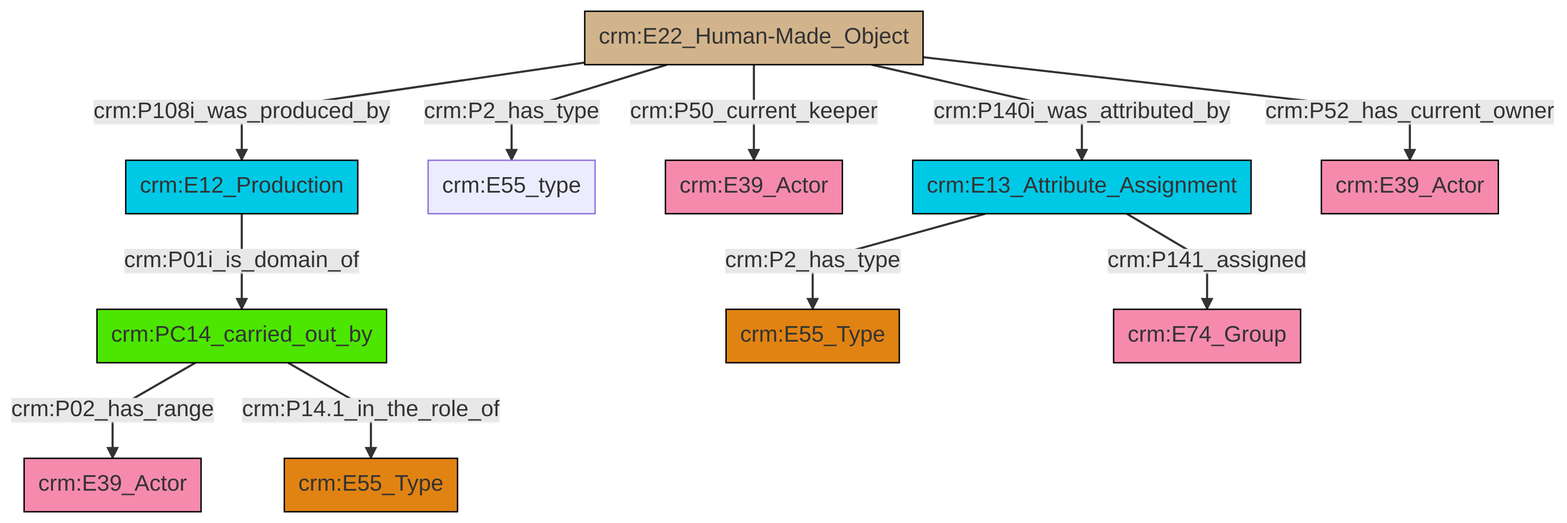
Above: et/artworkCSV/ttl/mmd/png/Artwork_Actor_Relations.png in swiss-art-research-net/reference-data-models (Mermaid), before the change. Its source is kept beside it as et/artworkCSV/ttl/mmd/Artwork_Actor_Relations.ttl.mmd. Its diagram source:
```mermaid
graph TD
classDef Literal fill:#f2f2f2,stroke:#000000;
classDef CRM_Entity fill:#FFFFFF,stroke:#000000;
classDef Temporal_Entity fill:#00C9E6, stroke:#000000;
classDef Type fill:#E18312, stroke:#000000;
classDef Time-Span fill:#2C9C91, stroke:#000000;
classDef Appellation fill:#FFEB7F, stroke:#000000;
classDef Place fill:#008836, stroke:#000000;
classDef Persistent_Item fill:#B266B2, stroke:#000000;
classDef Conceptual_Object fill:#FFD700, stroke:#000000;
classDef Physical_Thing fill:#D2B48C, stroke:#000000;
classDef Actor fill:#f58aad, stroke:#000000;
classDef PC_Classes fill:#4ce600, stroke:#000000;
classDef Multi fill:#cccccc,stroke:#000000;

0["crm:E22_Human-Made_Object"]:::Physical_Thing -->|crm:P140i_was_attributed_by| 1["crm:E13_Attribute_Assignment"]:::Temporal_Entity
0["crm:E22_Human-Made_Object"]:::Physical_Thing -->|crm:P2_has_type| 2["crm:E55_type"]:::Default
7["crm:E12_Production"]:::Temporal_Entity -->|crm:P01i_is_domain_of| 8["crm:PC14_carried_out_by"]:::PC_Classes
0["crm:E22_Human-Made_Object"]:::Physical_Thing -->|crm:P52_has_current_owner| 9["crm:E39_Actor"]:::Actor
0["crm:E22_Human-Made_Object"]:::Physical_Thing -->|crm:P50_current_keeper| 5["crm:E39_Actor"]:::Actor
1["crm:E13_Attribute_Assignment"]:::Temporal_Entity -->|crm:P141_assigned| 14["crm:E74_Group"]:::Actor
1["crm:E13_Attribute_Assignment"]:::Temporal_Entity -->|crm:P2_has_type| 11["crm:E55_Type"]:::Type
0["crm:E22_Human-Made_Object"]:::Physical_Thing -->|crm:P108i_was_produced_by| 7["crm:E12_Production"]:::Temporal_Entity
8["crm:PC14_carried_out_by"]:::PC_Classes -->|crm:P02_has_range| 17["crm:E39_Actor"]:::Actor
8["crm:PC14_carried_out_by"]:::PC_Classes -->|crm:P14.1_in_the_role_of| 3["crm:E55_Type"]:::Type
```
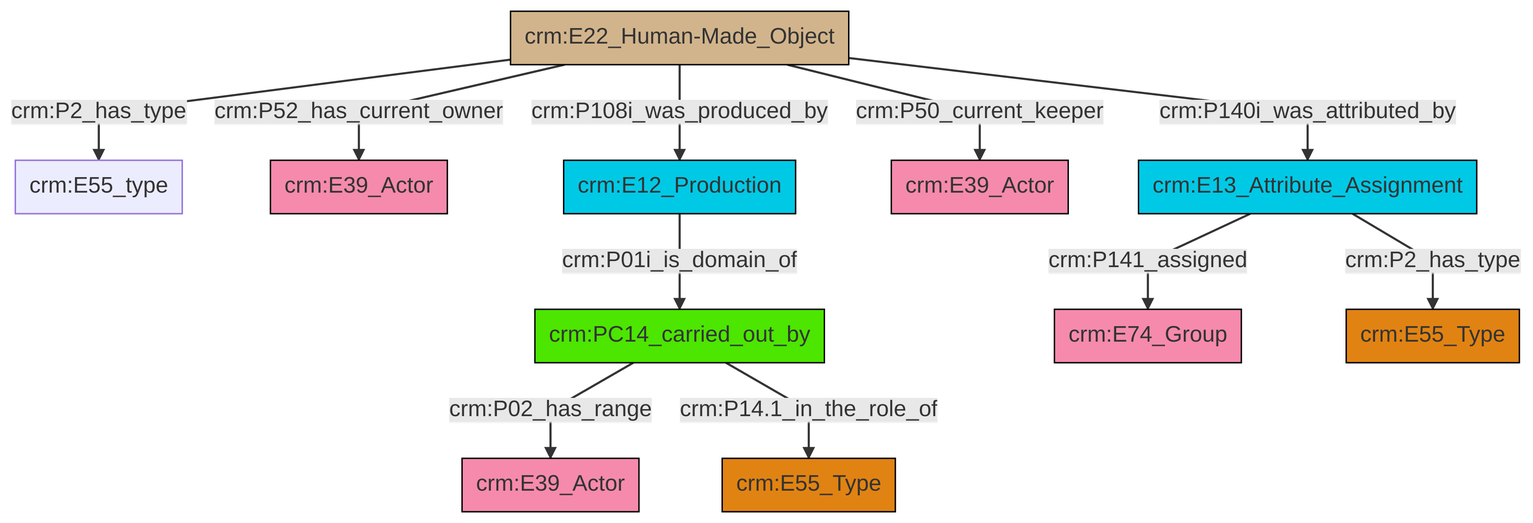
The same diagram one commit later.

Diff of the diagram source:
```diff
@@ -13,13 +13,13 @@
 classDef PC_Classes fill:#4ce600, stroke:#000000;
 classDef Multi fill:#cccccc,stroke:#000000;
 
-0["crm:E22_Human-Made_Object"]:::Physical_Thing -->|crm:P140i_was_attributed_by| 1["crm:E13_Attribute_Assignment"]:::Temporal_Entity
-0["crm:E22_Human-Made_Object"]:::Physical_Thing -->|crm:P2_has_type| 2["crm:E55_type"]:::Default
-7["crm:E12_Production"]:::Temporal_Entity -->|crm:P01i_is_domain_of| 8["crm:PC14_carried_out_by"]:::PC_Classes
-0["crm:E22_Human-Made_Object"]:::Physical_Thing -->|crm:P52_has_current_owner| 9["crm:E39_Actor"]:::Actor
-0["crm:E22_Human-Made_Object"]:::Physical_Thing -->|crm:P50_current_keeper| 5["crm:E39_Actor"]:::Actor
-1["crm:E13_Attribute_Assignment"]:::Temporal_Entity -->|crm:P141_assigned| 14["crm:E74_Group"]:::Actor
-1["crm:E13_Attribute_Assignment"]:::Temporal_Entity -->|crm:P2_has_type| 11["crm:E55_Type"]:::Type
-0["crm:E22_Human-Made_Object"]:::Physical_Thing -->|crm:P108i_was_produced_by| 7["crm:E12_Production"]:::Temporal_Entity
-8["crm:PC14_carried_out_by"]:::PC_Classes -->|crm:P02_has_range| 17["crm:E39_Actor"]:::Actor
-8["crm:PC14_carried_out_by"]:::PC_Classes -->|crm:P14.1_in_the_role_of| 3["crm:E55_Type"]:::Type
+0["crm:E22_Human-Made_Object"]:::Physical_Thing -->|crm:P2_has_type| 1["crm:E55_type"]:::Default
+2["crm:PC14_carried_out_by"]:::PC_Classes -->|crm:P02_has_range| 6["crm:E39_Actor"]:::Actor
+0["crm:E22_Human-Made_Object"]:::Physical_Thing -->|crm:P140i_was_attributed_by| 9["crm:E13_Attribute_Assignment"]:::Temporal_Entity
+9["crm:E13_Attribute_Assignment"]:::Temporal_Entity -->|crm:P141_assigned| 7["crm:E74_Group"]:::Actor
+2["crm:PC14_carried_out_by"]:::PC_Classes -->|crm:P14.1_in_the_role_of| 10["crm:E55_Type"]:::Type
+0["crm:E22_Human-Made_Object"]:::Physical_Thing -->|crm:P50_current_keeper| 13["crm:E39_Actor"]:::Actor
+0["crm:E22_Human-Made_Object"]:::Physical_Thing -->|crm:P52_has_current_owner| 4["crm:E39_Actor"]:::Actor
+16["crm:E12_Production"]:::Temporal_Entity -->|crm:P01i_is_domain_of| 2["crm:PC14_carried_out_by"]:::PC_Classes
+9["crm:E13_Attribute_Assignment"]:::Temporal_Entity -->|crm:P2_has_type| 14["crm:E55_Type"]:::Type
+0["crm:E22_Human-Made_Object"]:::Physical_Thing -->|crm:P108i_was_produced_by| 16["crm:E12_Production"]:::Temporal_Entity
```
